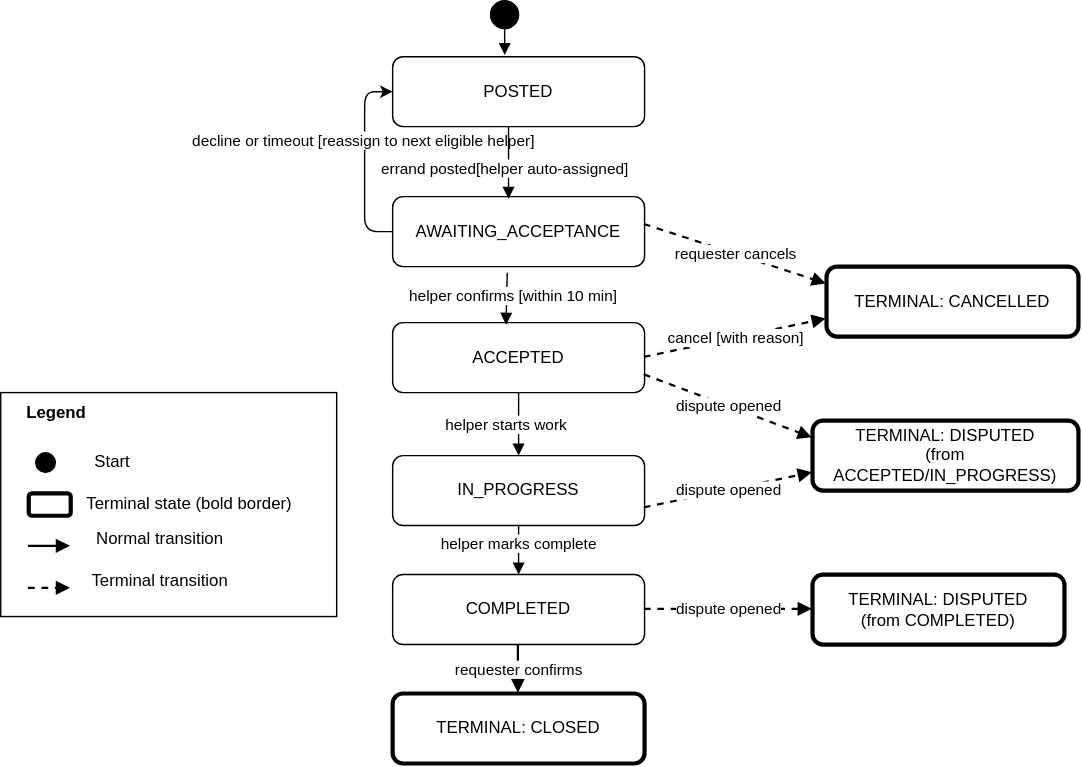
kaelowadingalo1-sys/CampusConcierge- keeps this draw.io diagram as models/state/errand-lifecycle.svg. Above is the earlier version. Source tidied: cells renumbered, new cells last; positions are measured from the earlier drawing's top-left corner, leaving out a move shared by most shapes. Its diagram source:
```xml
<mxGraphModel>
  <root>
    <mxCell id="0" />
    <mxCell id="1" parent="0" />
    <mxCell id="2" value="POSTED" style="rounded=1;whiteSpace=wrap;html=1;" parent="1" vertex="1">
      <mxGeometry x="280" y="40" width="180" height="50" as="geometry" />
    </mxCell>
    <mxCell id="3" style="edgeStyle=orthogonalEdgeStyle;shape=wire;rounded=1;jettySize=auto;html=1;exitX=0;exitY=0.5;exitDx=0;exitDy=0;entryX=0;entryY=0.5;entryDx=0;entryDy=0;dashed=1;strokeColor=default;align=center;verticalAlign=middle;fontFamily=Helvetica;fontSize=11;fontColor=default;labelBackgroundColor=default;endArrow=classic;endFill=1;curved=0;" parent="1" edge="1" source="5" target="2">
      <mxGeometry relative="1" as="geometry">
        <Array as="points">
          <mxPoint x="260" y="165" />
          <mxPoint x="260" y="65" />
        </Array>
      </mxGeometry>
    </mxCell>
    <mxCell id="4" value="decline or timeout [reassign to next eligible helper]" style="edgeLabel;html=1;align=center;verticalAlign=middle;fontFamily=Helvetica;fontSize=11;fontColor=default;labelBackgroundColor=default;" parent="3" vertex="1">
      <mxGeometry x="0.23" y="2" relative="1" as="geometry" />
    </mxCell>
    <mxCell id="5" value="AWAITING_ACCEPTANCE" style="rounded=1;whiteSpace=wrap;html=1;" parent="1" vertex="1">
      <mxGeometry x="280" y="140" width="180" height="50" as="geometry" />
    </mxCell>
    <mxCell id="6" value="ACCEPTED" style="rounded=1;whiteSpace=wrap;html=1;" parent="1" vertex="1">
      <mxGeometry x="280" y="230" width="180" height="50" as="geometry" />
    </mxCell>
    <mxCell id="7" value="COMPLETED" style="rounded=1;whiteSpace=wrap;html=1;" parent="1" vertex="1">
      <mxGeometry x="280" y="410" width="180" height="50" as="geometry" />
    </mxCell>
    <mxCell id="8" value="IN_PROGRESS" style="rounded=1;whiteSpace=wrap;html=1;" parent="1" vertex="1">
      <mxGeometry x="280" y="325" width="180" height="50" as="geometry" />
    </mxCell>
    <mxCell id="9" style="ellipse;whiteSpace=wrap;html=1;fillColor=#000000;strokeColor=#000000;" parent="1" vertex="1">
      <mxGeometry x="350" width="20" height="20" as="geometry" />
    </mxCell>
    <mxCell id="10" style="edgeStyle=orthogonalEdgeStyle;shape=wire;rounded=0;orthogonalLoop=1;jettySize=auto;html=1;innerLoopWaypoints=1;exitX=1;exitY=0;exitDx=0;exitDy=0;entryX=1;entryY=1;entryDx=0;entryDy=0;dashed=1;strokeColor=default;align=center;verticalAlign=middle;fontFamily=Helvetica;fontSize=11;fontColor=default;labelBackgroundColor=default;endArrow=none;endFill=0;" parent="1" edge="1" source="9" target="9">
      <mxGeometry relative="1" as="geometry" />
    </mxCell>
    <mxCell id="11" style="edgeStyle=none;shape=wire;rounded=0;jettySize=auto;html=1;exitX=0.5;exitY=1;exitDx=0;exitDy=0;entryX=0.445;entryY=-0.024;entryDx=0;entryDy=0;entryPerimeter=0;dashed=1;strokeColor=default;align=center;verticalAlign=middle;fontFamily=Helvetica;fontSize=11;fontColor=default;labelBackgroundColor=default;endArrow=block;endFill=1;" parent="1" edge="1" source="9" target="2">
      <mxGeometry relative="1" as="geometry" />
    </mxCell>
    <mxCell id="12" style="edgeStyle=none;shape=wire;rounded=0;jettySize=auto;html=1;exitX=0.46;exitY=0.995;exitDx=0;exitDy=0;entryX=0.46;entryY=0.031;entryDx=0;entryDy=0;entryPerimeter=0;dashed=1;strokeColor=default;align=center;verticalAlign=middle;fontFamily=Helvetica;fontSize=11;fontColor=default;labelBackgroundColor=default;endArrow=block;endFill=1;exitPerimeter=0;" parent="1" edge="1" source="2" target="5">
      <mxGeometry relative="1" as="geometry" />
    </mxCell>
    <mxCell id="13" value="errand posted[helper auto-assigned]" style="edgeLabel;html=1;align=center;verticalAlign=middle;fontFamily=Helvetica;fontSize=11;fontColor=default;labelBackgroundColor=default;" parent="12" vertex="1">
      <mxGeometry x="-0.18" y="-3" relative="1" as="geometry">
        <mxPoint y="9" as="offset" />
      </mxGeometry>
    </mxCell>
    <mxCell id="14" style="edgeStyle=none;shape=wire;rounded=0;jettySize=auto;html=1;exitX=0.455;exitY=1.086;exitDx=0;exitDy=0;entryX=0.45;entryY=0.031;entryDx=0;entryDy=0;entryPerimeter=0;dashed=1;strokeColor=default;align=center;verticalAlign=middle;fontFamily=Helvetica;fontSize=11;fontColor=default;labelBackgroundColor=default;endArrow=block;endFill=1;exitPerimeter=0;" parent="1" edge="1" source="5" target="6">
      <mxGeometry relative="1" as="geometry" />
    </mxCell>
    <mxCell id="15" value="helper confirms [within 10 min]" style="edgeLabel;html=1;align=center;verticalAlign=middle;fontFamily=Helvetica;fontSize=11;fontColor=default;labelBackgroundColor=default;" parent="14" vertex="1">
      <mxGeometry x="-0.12" y="4" relative="1" as="geometry" />
    </mxCell>
    <mxCell id="16" style="edgeStyle=none;shape=wire;rounded=0;jettySize=auto;html=1;entryX=0.5;entryY=0;entryDx=0;entryDy=0;dashed=1;strokeColor=default;align=center;verticalAlign=middle;fontFamily=Helvetica;fontSize=11;fontColor=default;labelBackgroundColor=default;endArrow=block;endFill=1;" parent="1" edge="1" source="6" target="8">
      <mxGeometry relative="1" as="geometry" />
    </mxCell>
    <mxCell id="17" value="helper starts work" style="edgeLabel;html=1;align=center;verticalAlign=middle;fontFamily=Helvetica;fontSize=11;fontColor=default;labelBackgroundColor=default;" parent="16" vertex="1">
      <mxGeometry x="-0.42" y="1" relative="1" as="geometry">
        <mxPoint x="-11" y="9" as="offset" />
      </mxGeometry>
    </mxCell>
    <mxCell id="18" style="edgeStyle=none;shape=wire;rounded=0;jettySize=auto;html=1;exitX=0.5;exitY=1;exitDx=0;exitDy=0;entryX=0.5;entryY=0;entryDx=0;entryDy=0;dashed=1;strokeColor=default;align=center;verticalAlign=middle;fontFamily=Helvetica;fontSize=11;fontColor=default;labelBackgroundColor=default;endArrow=block;endFill=1;" parent="1" edge="1" source="8" target="7">
      <mxGeometry relative="1" as="geometry" />
    </mxCell>
    <mxCell id="19" value="helper marks complete" style="edgeLabel;html=1;align=center;verticalAlign=middle;fontFamily=Helvetica;fontSize=11;fontColor=default;labelBackgroundColor=default;" parent="18" vertex="1">
      <mxGeometry x="-0.3" y="-1" relative="1" as="geometry" />
    </mxCell>
    <mxCell id="20" value="requester cancels" style="edgeStyle=none;html=1;endArrow=block;strokeWidth=1.6;strokeColor=#000000;fontSize=11;dashed=1;entryX=0;entryY=0.25;entryDx=0;entryDy=0;" parent="1" edge="1" target="26">
      <mxGeometry relative="1" as="geometry">
        <mxPoint x="460" y="160" as="sourcePoint" />
      </mxGeometry>
    </mxCell>
    <mxCell id="21" value="cancel [with reason]" style="edgeStyle=none;html=1;endArrow=block;strokeWidth=1.6;strokeColor=#000000;fontSize=11;dashed=1;exitX=1;exitY=0.5;exitDx=0;exitDy=0;entryX=0;entryY=0.75;entryDx=0;entryDy=0;" parent="1" edge="1" source="6" target="26">
      <mxGeometry relative="1" as="geometry" />
    </mxCell>
    <mxCell id="22" value="dispute opened" style="edgeStyle=none;html=1;endArrow=block;strokeWidth=1.6;strokeColor=#000000;fontSize=11;dashed=1;exitX=1;exitY=0.75;exitDx=0;exitDy=0;entryX=0;entryY=0.25;entryDx=0;entryDy=0;" parent="1" edge="1" source="6" target="27">
      <mxGeometry relative="1" as="geometry" />
    </mxCell>
    <mxCell id="23" value="dispute opened" style="edgeStyle=none;html=1;endArrow=block;strokeWidth=1.6;strokeColor=#000000;fontSize=11;dashed=1;exitX=1;exitY=0.75;exitDx=0;exitDy=0;entryX=0;entryY=0.75;entryDx=0;entryDy=0;" parent="1" edge="1" source="8" target="27">
      <mxGeometry relative="1" as="geometry" />
    </mxCell>
    <mxCell id="24" value="dispute opened" style="edgeStyle=none;html=1;endArrow=block;strokeWidth=1.6;strokeColor=#000000;fontSize=11;dashed=1;exitX=1;exitY=0.5;exitDx=0;exitDy=0;entryX=0;entryY=0.5;entryDx=0;entryDy=0;" parent="1" edge="1" source="7" target="28">
      <mxGeometry relative="1" as="geometry" />
    </mxCell>
    <mxCell id="25" value="requester confirms" style="edgeStyle=none;html=1;endArrow=block;strokeWidth=1.6;strokeColor=#000000;fontSize=11;exitX=0.5;exitY=1;exitDx=0;exitDy=0;entryX=0.5;entryY=0;entryDx=0;entryDy=0;" parent="1" edge="1" source="7" target="29">
      <mxGeometry relative="1" as="geometry" />
    </mxCell>
    <mxCell id="26" value="TERMINAL: CANCELLED" style="rounded=1;whiteSpace=wrap;html=1;strokeWidth=3;" parent="1" vertex="1">
      <mxGeometry x="590" y="190" width="180" height="50" as="geometry" />
    </mxCell>
    <mxCell id="27" value="TERMINAL: DISPUTED&lt;div&gt;(from ACCEPTED/IN_PROGRESS)&lt;/div&gt;" style="rounded=1;whiteSpace=wrap;html=1;strokeWidth=3;" parent="1" vertex="1">
      <mxGeometry x="580" y="300" width="190" height="50" as="geometry" />
    </mxCell>
    <mxCell id="28" value="TERMINAL: DISPUTED&lt;div&gt;(from COMPLETED)&lt;/div&gt;" style="rounded=1;whiteSpace=wrap;html=1;strokeWidth=3;" parent="1" vertex="1">
      <mxGeometry x="580" y="410" width="180" height="50" as="geometry" />
    </mxCell>
    <mxCell id="29" value="TERMINAL: CLOSED" style="rounded=1;whiteSpace=wrap;html=1;strokeWidth=3;" parent="1" vertex="1">
      <mxGeometry x="280" y="495" width="180" height="50" as="geometry" />
    </mxCell>
    <mxCell id="30" style="group;" parent="1" vertex="1">
      <mxGeometry y="280" width="240" height="160" as="geometry" />
    </mxCell>
    <mxCell id="31" style="whiteSpace=wrap;html=1;" parent="30" vertex="1">
      <mxGeometry width="240" height="160" as="geometry" />
    </mxCell>
    <mxCell id="32" value="&lt;b&gt;Legend&lt;/b&gt;" style="text;html=1;whiteSpace=wrap;strokeColor=none;fillColor=none;align=center;verticalAlign=middle;rounded=0;" parent="30" vertex="1">
      <mxGeometry x="10" width="60" height="30" as="geometry" />
    </mxCell>
    <mxCell id="33" value="Start" style="text;html=1;whiteSpace=wrap;strokeColor=none;fillColor=none;align=center;verticalAlign=middle;rounded=0;" parent="30" vertex="1">
      <mxGeometry x="50" y="35" width="60" height="30" as="geometry" />
    </mxCell>
    <mxCell id="34" style="ellipse;fillColor=#000000;strokeColor=#000000;" parent="30" vertex="1">
      <mxGeometry x="25" y="43" width="14" height="14" as="geometry" />
    </mxCell>
    <mxCell id="35" style="rounded=1;fillColor=#FFFFFF;strokeColor=#000000;strokeWidth=3;" parent="30" vertex="1">
      <mxGeometry x="20" y="72" width="30" height="16" as="geometry" />
    </mxCell>
    <mxCell id="36" value="Terminal state (bold border)" style="text;html=1;whiteSpace=wrap;strokeColor=none;fillColor=none;align=center;verticalAlign=middle;rounded=0;" parent="30" vertex="1">
      <mxGeometry x="60" y="65" width="150" height="30" as="geometry" />
    </mxCell>
    <mxCell id="37" value="Normal transition" style="text;html=1;whiteSpace=wrap;strokeColor=none;fillColor=none;align=center;verticalAlign=middle;rounded=0;" parent="30" vertex="1">
      <mxGeometry x="39" y="90" width="150" height="30" as="geometry" />
    </mxCell>
    <mxCell id="38" value="Terminal transition" style="text;html=1;whiteSpace=wrap;strokeColor=none;fillColor=none;align=center;verticalAlign=middle;rounded=0;" parent="30" vertex="1">
      <mxGeometry x="39" y="120" width="150" height="30" as="geometry" />
    </mxCell>
    <mxCell id="39" style="edgeStyle=none;html=1;endArrow=block;strokeWidth=1.6;strokeColor=#000000;" parent="30" edge="1">
      <mxGeometry x="55" y="530" relative="1" as="geometry">
        <mxPoint x="20" y="110" as="sourcePoint" />
        <mxPoint x="50" y="110" as="targetPoint" />
      </mxGeometry>
    </mxCell>
    <mxCell id="40" style="edgeStyle=none;html=1;endArrow=block;strokeWidth=1.6;strokeColor=#000000;dashed=1;" parent="30" edge="1">
      <mxGeometry x="55" y="556" relative="1" as="geometry">
        <mxPoint x="20" y="140" as="sourcePoint" />
        <mxPoint x="50" y="140" as="targetPoint" />
      </mxGeometry>
    </mxCell>
  </root>
</mxGraphModel>
```
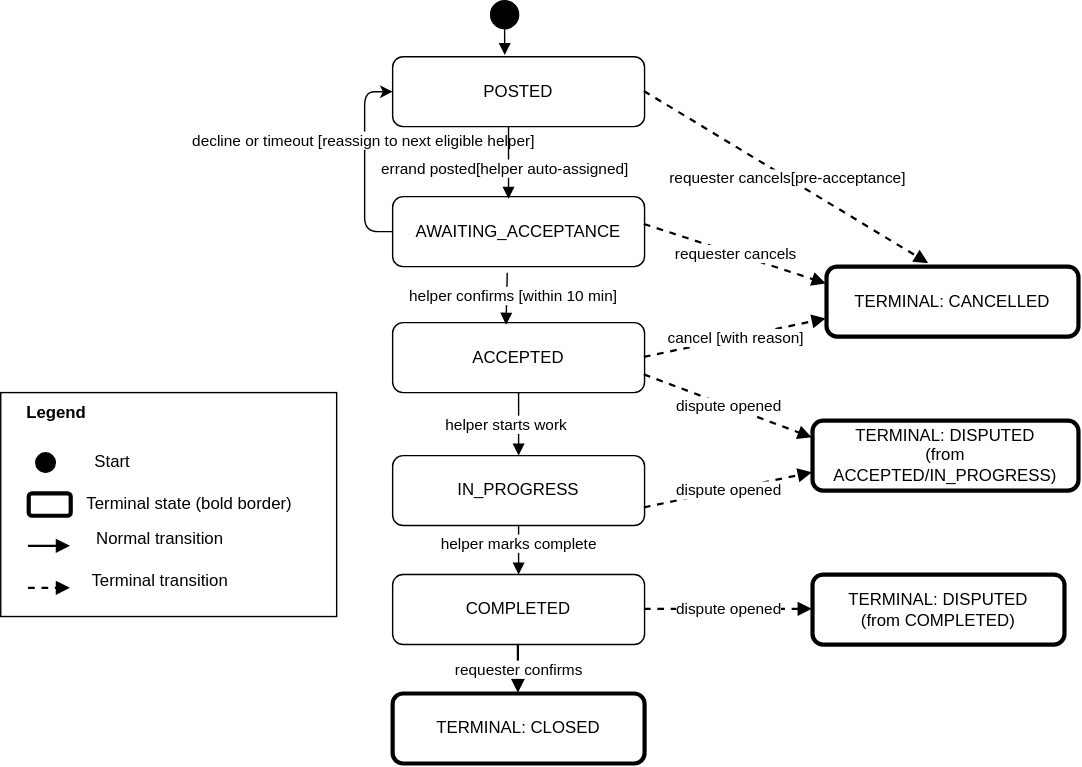
Above is the later version.

Diff of the diagram source:
```diff
@@ -136,5 +136,8 @@
         <mxPoint x="50" y="140" as="targetPoint" />
       </mxGeometry>
     </mxCell>
+    <mxCell id="41" value="requester cancels[pre-acceptance]" style="edgeStyle=none;html=1;endArrow=block;strokeWidth=1.6;strokeColor=#000000;fontSize=11;dashed=1;entryX=0.406;entryY=-0.04;entryDx=0;entryDy=0;exitX=1;exitY=0.5;exitDx=0;exitDy=0;entryPerimeter=0;" parent="1" edge="1" source="2" target="26">
+      <mxGeometry relative="1" as="geometry" />
+    </mxCell>
   </root>
 </mxGraphModel>
```
